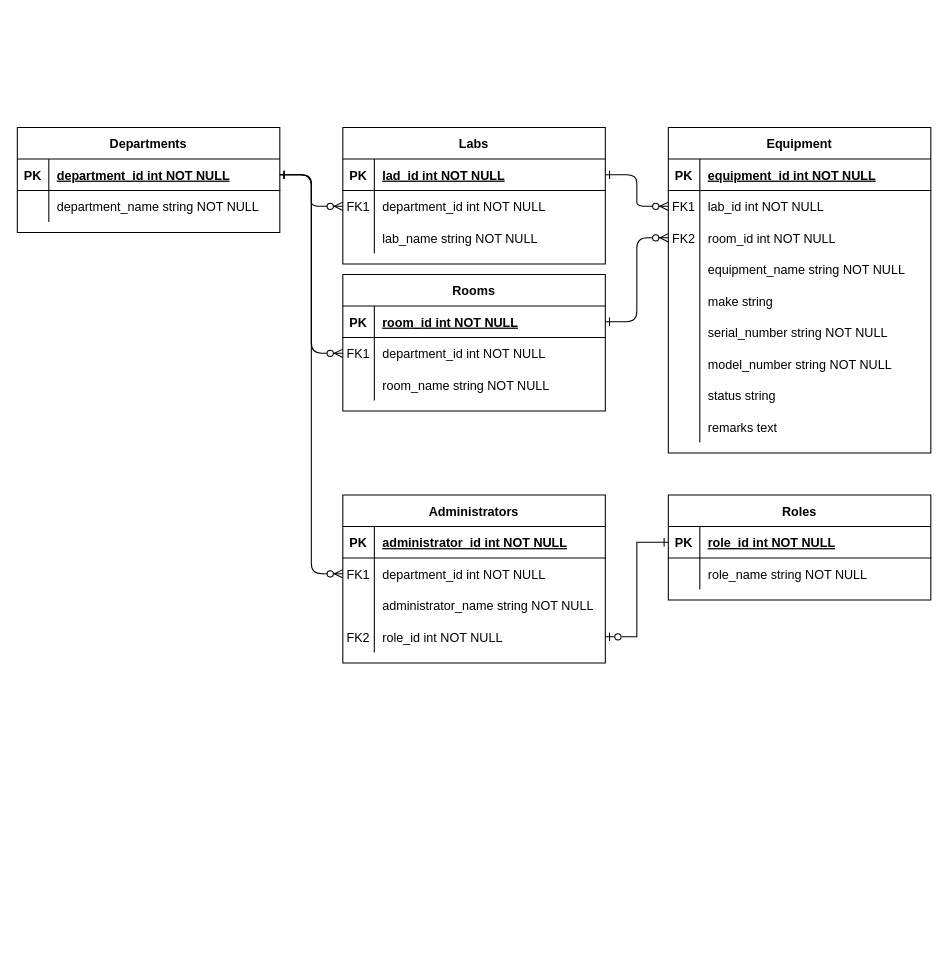
Before: db_structure.drawio in not-diba/inventory_managment, a draw.io diagram. Source tidied: cells renumbered, new cells numbered last; positions are measured from the earlier drawing's top-left corner, leaving out a move shared by most shapes. Both pictures are drawn from the tidied source at 105%, with x=0, y=0 at pixel (17, 127).
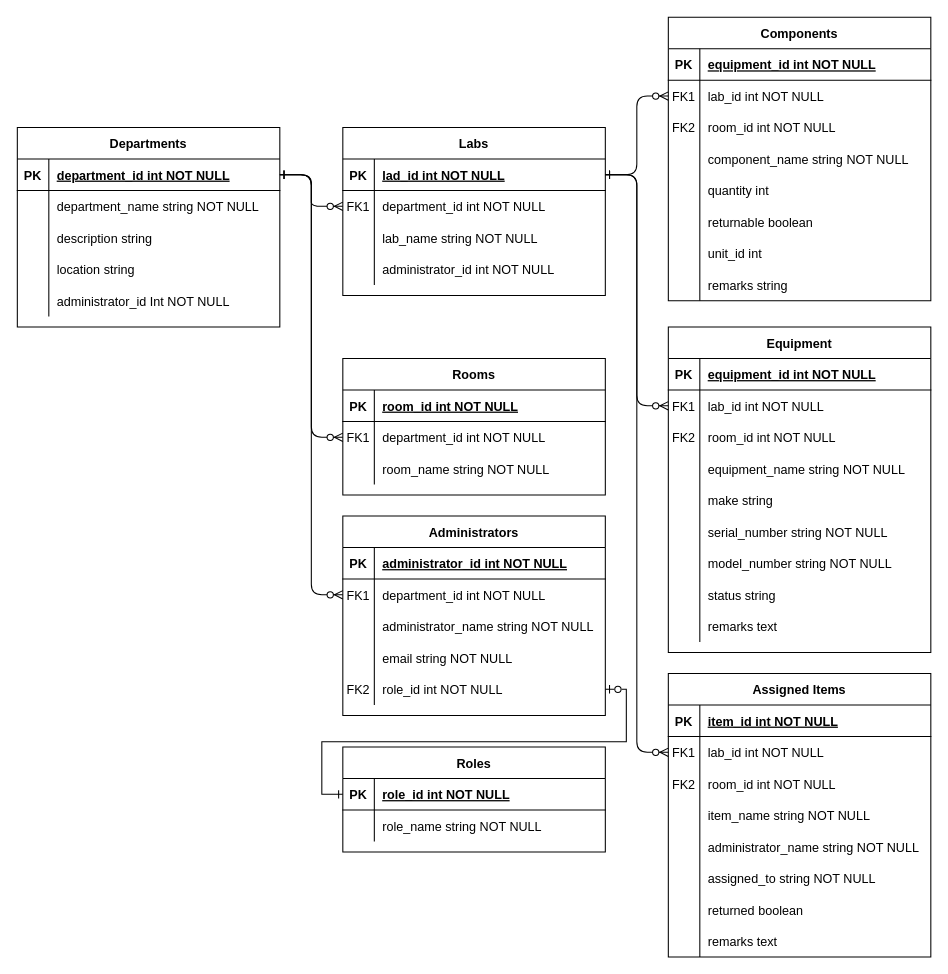
The same diagram, later.

Unchanged cells that the change refers to:
```xml
<mxCell id="5" style="shape=partialRectangle;fillColor=none;points=[[0,0.5],[1,0.5]];portConstraint=eastwest;top=0;left=0;right=0;bottom=1;" parent="4" vertex="1">
  <mxGeometry y="30" width="250" height="30" as="geometry" />
</mxCell>
<mxCell id="15" style="shape=partialRectangle;fillColor=none;points=[[0,0.5],[1,0.5]];portConstraint=eastwest;top=0;left=0;right=0;bottom=1;" parent="14" vertex="1">
  <mxGeometry y="30" width="250" height="30" as="geometry" />
</mxCell>
<mxCell id="41" style="shape=partialRectangle;fillColor=none;points=[[0,0.5],[1,0.5]];portConstraint=eastwest;top=0;left=0;right=0;bottom=0;" parent="34" vertex="1">
  <mxGeometry y="90" width="250" height="30" as="geometry" />
</mxCell>
```

Diff of the diagram source:
```diff
@@
     <mxCell id="4" value="Labs" style="shape=table;startSize=30;childLayout=tableLayout;rowLines=0;fontStyle=1;align=center;" parent="1" vertex="1">
-      <mxGeometry x="310" width="250" height="130" as="geometry" />
+      <mxGeometry x="310" width="250" height="160" as="geometry" />
     </mxCell>
@@
+    <mxCell id="84" style="shape=partialRectangle;fillColor=none;top=0;left=0;right=0;bottom=0;" parent="4" vertex="1">
+      <mxGeometry y="120" width="250" height="30" as="geometry" />
+    </mxCell>
+    <mxCell id="85" style="shape=partialRectangle;overflow=hidden;fillColor=none;top=0;left=0;bottom=0;right=0;" parent="84" vertex="1">
+      <mxGeometry width="30" height="30" as="geometry" />
+    </mxCell>
+    <mxCell id="86" value="administrator_id int NOT NULL" style="shape=partialRectangle;overflow=hidden;fillColor=none;top=0;left=0;bottom=0;right=0;align=left;spacingLeft=6;" parent="84" vertex="1">
+      <mxGeometry x="30" width="220" height="30" as="geometry" />
+    </mxCell>
     <mxCell id="14" value="Rooms" style="shape=table;startSize=30;childLayout=tableLayout;rowLines=0;fontStyle=1;align=center;" parent="1" vertex="1">
-      <mxGeometry x="310" y="140" width="250" height="130" as="geometry" />
+      <mxGeometry x="310" y="220" width="250" height="130" as="geometry" />
     </mxCell>
@@
     <mxCell id="24" value="Departments" style="shape=table;startSize=30;childLayout=tableLayout;rowLines=0;fontStyle=1;align=center;" parent="1" vertex="1">
-      <mxGeometry width="250" height="100" as="geometry" />
+      <mxGeometry width="250" height="190" as="geometry" />
     </mxCell>
@@
+    <mxCell id="87" style="shape=partialRectangle;fillColor=none;top=0;left=0;right=0;bottom=0;" parent="24" vertex="1">
+      <mxGeometry y="90" width="250" height="30" as="geometry" />
+    </mxCell>
+    <mxCell id="88" style="shape=partialRectangle;overflow=hidden;fillColor=none;top=0;left=0;bottom=0;right=0;" parent="87" vertex="1">
+      <mxGeometry width="30" height="30" as="geometry" />
+    </mxCell>
+    <mxCell id="89" value="description string" style="shape=partialRectangle;overflow=hidden;fillColor=none;top=0;left=0;bottom=0;right=0;align=left;spacingLeft=6;" parent="87" vertex="1">
+      <mxGeometry x="30" width="220" height="30" as="geometry" />
+    </mxCell>
+    <mxCell id="90" style="shape=partialRectangle;fillColor=none;top=0;left=0;right=0;bottom=0;" parent="24" vertex="1">
+      <mxGeometry y="120" width="250" height="30" as="geometry" />
+    </mxCell>
+    <mxCell id="91" style="shape=partialRectangle;overflow=hidden;fillColor=none;top=0;left=0;bottom=0;right=0;" parent="90" vertex="1">
+      <mxGeometry width="30" height="30" as="geometry" />
+    </mxCell>
+    <mxCell id="92" value="location string" style="shape=partialRectangle;overflow=hidden;fillColor=none;top=0;left=0;bottom=0;right=0;align=left;spacingLeft=6;" parent="90" vertex="1">
+      <mxGeometry x="30" width="220" height="30" as="geometry" />
+    </mxCell>
+    <mxCell id="93" style="shape=partialRectangle;fillColor=none;top=0;left=0;right=0;bottom=0;" parent="24" vertex="1">
+      <mxGeometry y="150" width="250" height="30" as="geometry" />
+    </mxCell>
+    <mxCell id="94" style="shape=partialRectangle;overflow=hidden;fillColor=none;top=0;left=0;bottom=0;right=0;" parent="93" vertex="1">
+      <mxGeometry width="30" height="30" as="geometry" />
+    </mxCell>
+    <mxCell id="95" value="administrator_id Int NOT NULL" style="shape=partialRectangle;overflow=hidden;fillColor=none;top=0;left=0;bottom=0;right=0;align=left;spacingLeft=6;" parent="93" vertex="1">
+      <mxGeometry x="30" width="220" height="30" as="geometry" />
+    </mxCell>
@@
-    <mxCell id="32" style="edgeStyle=entityRelationEdgeStyle;endArrow=ERzeroToMany;startArrow=ERone;endFill=1;startFill=0;entryX=0;entryY=0.5;entryDx=0;entryDy=0;exitX=1;exitY=0.5;exitDx=0;exitDy=0;" parent="1" edge="1" source="15" target="41">
-      <mxGeometry relative="1" as="geometry" />
-    </mxCell>
     <mxCell id="33" style="group;" parent="1" vertex="1">
-      <mxGeometry x="620" width="250" height="310" as="geometry" />
+      <mxGeometry x="620" y="190" width="250" height="310" as="geometry" />
     </mxCell>
@@
     <mxCell id="62" value="Administrators" style="shape=table;startSize=30;childLayout=tableLayout;rowLines=0;fontStyle=1;align=center;" parent="1" vertex="1">
-      <mxGeometry x="310" y="350" width="250" height="160" as="geometry" />
+      <mxGeometry x="310" y="370" width="250" height="190" as="geometry" />
     </mxCell>
@@
+    <mxCell id="96" style="shape=partialRectangle;fillColor=none;top=0;left=0;right=0;bottom=0;" parent="62" vertex="1">
+      <mxGeometry y="120" width="250" height="30" as="geometry" />
+    </mxCell>
+    <mxCell id="97" style="shape=partialRectangle;overflow=hidden;fillColor=none;top=0;left=0;bottom=0;right=0;" parent="96" vertex="1">
+      <mxGeometry width="30" height="30" as="geometry" />
+    </mxCell>
+    <mxCell id="98" value="email string NOT NULL" style="shape=partialRectangle;overflow=hidden;fillColor=none;top=0;left=0;bottom=0;right=0;align=left;spacingLeft=6;" parent="96" vertex="1">
+      <mxGeometry x="30" width="220" height="30" as="geometry" />
+    </mxCell>
     <mxCell id="72" style="shape=partialRectangle;fillColor=none;points=[[0,0.5],[1,0.5]];portConstraint=eastwest;top=0;left=0;right=0;bottom=0;" parent="62" vertex="1">
-      <mxGeometry y="120" width="250" height="30" as="geometry" />
+      <mxGeometry y="150" width="250" height="30" as="geometry" />
     </mxCell>
@@
     <mxCell id="76" value="Roles" style="shape=table;startSize=30;childLayout=tableLayout;rowLines=0;fontStyle=1;align=center;" parent="1" vertex="1">
-      <mxGeometry x="620" y="350" width="250" height="100" as="geometry" />
+      <mxGeometry x="310" y="590" width="250" height="100" as="geometry" />
     </mxCell>
@@
+    <mxCell id="99" style="group;" parent="1" vertex="1">
+      <mxGeometry x="620" y="-105" width="250" height="275" as="geometry" />
+    </mxCell>
+    <mxCell id="100" value="Components" style="shape=table;startSize=30;childLayout=tableLayout;rowLines=0;fontStyle=1;align=center;" parent="99" vertex="1">
+      <mxGeometry width="250" height="270" as="geometry" />
+    </mxCell>
+    <mxCell id="101" style="shape=partialRectangle;fillColor=none;top=0;left=0;right=0;bottom=1;" parent="100" vertex="1">
+      <mxGeometry y="30" width="250" height="30" as="geometry" />
+    </mxCell>
+    <mxCell id="102" value="PK" style="shape=partialRectangle;overflow=hidden;fillColor=none;top=0;left=0;bottom=0;right=0;fontStyle=1;" parent="101" vertex="1">
+      <mxGeometry width="30" height="30" as="geometry" />
+    </mxCell>
+    <mxCell id="103" value="equipment_id int NOT NULL " style="shape=partialRectangle;overflow=hidden;fillColor=none;top=0;left=0;bottom=0;right=0;align=left;spacingLeft=6;fontStyle=5;" parent="101" vertex="1">
+      <mxGeometry x="30" width="220" height="30" as="geometry" />
+    </mxCell>
+    <mxCell id="104" style="shape=partialRectangle;fillColor=none;points=[[0,0.5],[1,0.5]];portConstraint=eastwest;top=0;left=0;right=0;bottom=0;" parent="100" vertex="1">
+      <mxGeometry y="60" width="250" height="30" as="geometry" />
+    </mxCell>
+    <mxCell id="105" value="FK1" style="shape=partialRectangle;overflow=hidden;fillColor=none;top=0;left=0;bottom=0;right=0;" parent="104" vertex="1">
+      <mxGeometry width="30" height="30" as="geometry" />
+    </mxCell>
+    <mxCell id="106" value="lab_id int NOT NULL" style="shape=partialRectangle;overflow=hidden;fillColor=none;top=0;left=0;bottom=0;right=0;align=left;spacingLeft=6;" parent="104" vertex="1">
+      <mxGeometry x="30" width="220" height="30" as="geometry" />
+    </mxCell>
+    <mxCell id="107" style="shape=partialRectangle;fillColor=none;top=0;left=0;right=0;bottom=0;" parent="100" vertex="1">
+      <mxGeometry y="90" width="250" height="30" as="geometry" />
+    </mxCell>
+    <mxCell id="108" value="FK2" style="shape=partialRectangle;overflow=hidden;fillColor=none;top=0;left=0;bottom=0;right=0;" parent="107" vertex="1">
+      <mxGeometry width="30" height="30" as="geometry" />
+    </mxCell>
+    <mxCell id="109" value="room_id int NOT NULL" style="shape=partialRectangle;overflow=hidden;fillColor=none;top=0;left=0;bottom=0;right=0;align=left;spacingLeft=6;" parent="107" vertex="1">
+      <mxGeometry x="30" width="220" height="30" as="geometry" />
+    </mxCell>
+    <mxCell id="110" style="shape=partialRectangle;fillColor=none;top=0;left=0;right=0;bottom=0;" parent="100" vertex="1">
+      <mxGeometry y="120" width="250" height="30" as="geometry" />
+    </mxCell>
+    <mxCell id="111" style="shape=partialRectangle;overflow=hidden;fillColor=none;top=0;left=0;bottom=0;right=0;" parent="110" vertex="1">
+      <mxGeometry width="30" height="30" as="geometry" />
+    </mxCell>
+    <mxCell id="112" value="component_name string NOT NULL" style="shape=partialRectangle;overflow=hidden;fillColor=none;top=0;left=0;bottom=0;right=0;align=left;spacingLeft=6;" parent="110" vertex="1">
+      <mxGeometry x="30" width="220" height="30" as="geometry" />
+    </mxCell>
+    <mxCell id="113" style="shape=partialRectangle;fillColor=none;top=0;left=0;right=0;bottom=0;" parent="100" vertex="1">
+      <mxGeometry y="150" width="250" height="30" as="geometry" />
+    </mxCell>
+    <mxCell id="114" style="shape=partialRectangle;overflow=hidden;fillColor=none;top=0;left=0;bottom=0;right=0;" parent="113" vertex="1">
+      <mxGeometry width="30" height="30" as="geometry" />
+    </mxCell>
+    <mxCell id="115" value="quantity int" style="shape=partialRectangle;overflow=hidden;fillColor=none;top=0;left=0;bottom=0;right=0;align=left;spacingLeft=6;" parent="113" vertex="1">
+      <mxGeometry x="30" width="220" height="30" as="geometry" />
+    </mxCell>
+    <mxCell id="116" style="shape=partialRectangle;fillColor=none;top=0;left=0;right=0;bottom=0;" parent="100" vertex="1">
+      <mxGeometry y="180" width="250" height="30" as="geometry" />
+    </mxCell>
+    <mxCell id="117" style="shape=partialRectangle;overflow=hidden;fillColor=none;top=0;left=0;bottom=0;right=0;" parent="116" vertex="1">
+      <mxGeometry width="30" height="30" as="geometry" />
+    </mxCell>
+    <mxCell id="118" value="returnable boolean" style="shape=partialRectangle;overflow=hidden;fillColor=none;top=0;left=0;bottom=0;right=0;align=left;spacingLeft=6;" parent="116" vertex="1">
+      <mxGeometry x="30" width="220" height="30" as="geometry" />
+    </mxCell>
+    <mxCell id="119" style="shape=partialRectangle;fillColor=none;top=0;left=0;right=0;bottom=0;" parent="100" vertex="1">
+      <mxGeometry y="210" width="250" height="30" as="geometry" />
+    </mxCell>
+    <mxCell id="120" style="shape=partialRectangle;overflow=hidden;fillColor=none;top=0;left=0;bottom=0;right=0;" parent="119" vertex="1">
+      <mxGeometry width="30" height="30" as="geometry" />
+    </mxCell>
+    <mxCell id="121" value="unit_id int" style="shape=partialRectangle;overflow=hidden;fillColor=none;top=0;left=0;bottom=0;right=0;align=left;spacingLeft=6;" parent="119" vertex="1">
+      <mxGeometry x="30" width="220" height="30" as="geometry" />
+    </mxCell>
+    <mxCell id="122" style="shape=partialRectangle;fillColor=none;top=0;left=0;right=0;bottom=0;" parent="100" vertex="1">
+      <mxGeometry y="240" width="250" height="30" as="geometry" />
+    </mxCell>
+    <mxCell id="123" style="shape=partialRectangle;overflow=hidden;fillColor=none;top=0;left=0;bottom=0;right=0;" parent="122" vertex="1">
+      <mxGeometry width="30" height="30" as="geometry" />
+    </mxCell>
+    <mxCell id="124" value="remarks string" style="shape=partialRectangle;overflow=hidden;fillColor=none;top=0;left=0;bottom=0;right=0;align=left;spacingLeft=6;" parent="122" vertex="1">
+      <mxGeometry x="30" width="220" height="30" as="geometry" />
+    </mxCell>
+    <mxCell id="125" style="edgeStyle=entityRelationEdgeStyle;endArrow=ERzeroToMany;startArrow=ERone;endFill=1;startFill=0;entryX=0;entryY=0.5;entryDx=0;entryDy=0;exitX=1;exitY=0.5;exitDx=0;exitDy=0;" parent="1" edge="1" source="5" target="104">
+      <mxGeometry relative="1" as="geometry" />
+    </mxCell>
+    <mxCell id="126" style="group;" parent="1" vertex="1">
+      <mxGeometry x="620" y="520" width="250" height="270" as="geometry" />
+    </mxCell>
+    <mxCell id="127" value="Assigned Items" style="shape=table;startSize=30;childLayout=tableLayout;rowLines=0;fontStyle=1;align=center;" parent="126" vertex="1">
+      <mxGeometry width="250" height="270" as="geometry" />
+    </mxCell>
+    <mxCell id="128" style="shape=partialRectangle;fillColor=none;top=0;left=0;right=0;bottom=1;" parent="127" vertex="1">
+      <mxGeometry y="30" width="250" height="30" as="geometry" />
+    </mxCell>
+    <mxCell id="129" value="PK" style="shape=partialRectangle;overflow=hidden;fillColor=none;top=0;left=0;bottom=0;right=0;fontStyle=1;" parent="128" vertex="1">
+      <mxGeometry width="30" height="30" as="geometry" />
+    </mxCell>
+    <mxCell id="130" value="item_id int NOT NULL " style="shape=partialRectangle;overflow=hidden;fillColor=none;top=0;left=0;bottom=0;right=0;align=left;spacingLeft=6;fontStyle=5;" parent="128" vertex="1">
+      <mxGeometry x="30" width="220" height="30" as="geometry" />
+    </mxCell>
+    <mxCell id="131" style="shape=partialRectangle;fillColor=none;points=[[0,0.5],[1,0.5]];portConstraint=eastwest;top=0;left=0;right=0;bottom=0;" parent="127" vertex="1">
+      <mxGeometry y="60" width="250" height="30" as="geometry" />
+    </mxCell>
+    <mxCell id="132" value="FK1" style="shape=partialRectangle;overflow=hidden;fillColor=none;top=0;left=0;bottom=0;right=0;" parent="131" vertex="1">
+      <mxGeometry width="30" height="30" as="geometry" />
+    </mxCell>
+    <mxCell id="133" value="lab_id int NOT NULL" style="shape=partialRectangle;overflow=hidden;fillColor=none;top=0;left=0;bottom=0;right=0;align=left;spacingLeft=6;" parent="131" vertex="1">
+      <mxGeometry x="30" width="220" height="30" as="geometry" />
+    </mxCell>
+    <mxCell id="134" style="shape=partialRectangle;fillColor=none;top=0;left=0;right=0;bottom=0;" parent="127" vertex="1">
+      <mxGeometry y="90" width="250" height="30" as="geometry" />
+    </mxCell>
+    <mxCell id="135" value="FK2" style="shape=partialRectangle;overflow=hidden;fillColor=none;top=0;left=0;bottom=0;right=0;" parent="134" vertex="1">
+      <mxGeometry width="30" height="30" as="geometry" />
+    </mxCell>
+    <mxCell id="136" value="room_id int NOT NULL" style="shape=partialRectangle;overflow=hidden;fillColor=none;top=0;left=0;bottom=0;right=0;align=left;spacingLeft=6;" parent="134" vertex="1">
+      <mxGeometry x="30" width="220" height="30" as="geometry" />
+    </mxCell>
+    <mxCell id="137" style="shape=partialRectangle;fillColor=none;top=0;left=0;right=0;bottom=0;" parent="127" vertex="1">
+      <mxGeometry y="120" width="250" height="30" as="geometry" />
+    </mxCell>
+    <mxCell id="138" style="shape=partialRectangle;overflow=hidden;fillColor=none;top=0;left=0;bottom=0;right=0;" parent="137" vertex="1">
+      <mxGeometry width="30" height="30" as="geometry" />
+    </mxCell>
+    <mxCell id="139" value="item_name string NOT NULL" style="shape=partialRectangle;overflow=hidden;fillColor=none;top=0;left=0;bottom=0;right=0;align=left;spacingLeft=6;" parent="137" vertex="1">
+      <mxGeometry x="30" width="220" height="30" as="geometry" />
+    </mxCell>
+    <mxCell id="140" style="shape=partialRectangle;fillColor=none;top=0;left=0;right=0;bottom=0;" parent="127" vertex="1">
+      <mxGeometry y="150" width="250" height="30" as="geometry" />
+    </mxCell>
+    <mxCell id="141" style="shape=partialRectangle;overflow=hidden;fillColor=none;top=0;left=0;bottom=0;right=0;" parent="140" vertex="1">
+      <mxGeometry width="30" height="30" as="geometry" />
+    </mxCell>
+    <mxCell id="142" value="administrator_name string NOT NULL" style="shape=partialRectangle;overflow=hidden;fillColor=none;top=0;left=0;bottom=0;right=0;align=left;spacingLeft=6;" parent="140" vertex="1">
+      <mxGeometry x="30" width="220" height="30" as="geometry" />
+    </mxCell>
+    <mxCell id="143" style="shape=partialRectangle;fillColor=none;top=0;left=0;right=0;bottom=0;" parent="127" vertex="1">
+      <mxGeometry y="180" width="250" height="30" as="geometry" />
+    </mxCell>
+    <mxCell id="144" style="shape=partialRectangle;overflow=hidden;fillColor=none;top=0;left=0;bottom=0;right=0;" parent="143" vertex="1">
+      <mxGeometry width="30" height="30" as="geometry" />
+    </mxCell>
+    <mxCell id="145" value="assigned_to string NOT NULL" style="shape=partialRectangle;overflow=hidden;fillColor=none;top=0;left=0;bottom=0;right=0;align=left;spacingLeft=6;" parent="143" vertex="1">
+      <mxGeometry x="30" width="220" height="30" as="geometry" />
+    </mxCell>
+    <mxCell id="146" style="shape=partialRectangle;fillColor=none;top=0;left=0;right=0;bottom=0;" parent="127" vertex="1">
+      <mxGeometry y="210" width="250" height="30" as="geometry" />
+    </mxCell>
+    <mxCell id="147" style="shape=partialRectangle;overflow=hidden;fillColor=none;top=0;left=0;bottom=0;right=0;" parent="146" vertex="1">
+      <mxGeometry width="30" height="30" as="geometry" />
+    </mxCell>
+    <mxCell id="148" value="returned boolean" style="shape=partialRectangle;overflow=hidden;fillColor=none;top=0;left=0;bottom=0;right=0;align=left;spacingLeft=6;" parent="146" vertex="1">
+      <mxGeometry x="30" width="220" height="30" as="geometry" />
+    </mxCell>
+    <mxCell id="149" style="shape=partialRectangle;fillColor=none;top=0;left=0;right=0;bottom=0;" parent="127" vertex="1">
+      <mxGeometry y="240" width="250" height="30" as="geometry" />
+    </mxCell>
+    <mxCell id="150" style="shape=partialRectangle;overflow=hidden;fillColor=none;top=0;left=0;bottom=0;right=0;" parent="149" vertex="1">
+      <mxGeometry width="30" height="30" as="geometry" />
+    </mxCell>
+    <mxCell id="151" value="remarks text" style="shape=partialRectangle;overflow=hidden;fillColor=none;top=0;left=0;bottom=0;right=0;align=left;spacingLeft=6;" parent="149" vertex="1">
+      <mxGeometry x="30" width="220" height="30" as="geometry" />
+    </mxCell>
+    <mxCell id="152" style="edgeStyle=entityRelationEdgeStyle;endArrow=ERzeroToMany;startArrow=ERone;endFill=1;startFill=0;entryX=0;entryY=0.5;entryDx=0;entryDy=0;exitX=1;exitY=0.5;exitDx=0;exitDy=0;" parent="1" edge="1" source="5" target="131">
+      <mxGeometry relative="1" as="geometry" />
+    </mxCell>
```
